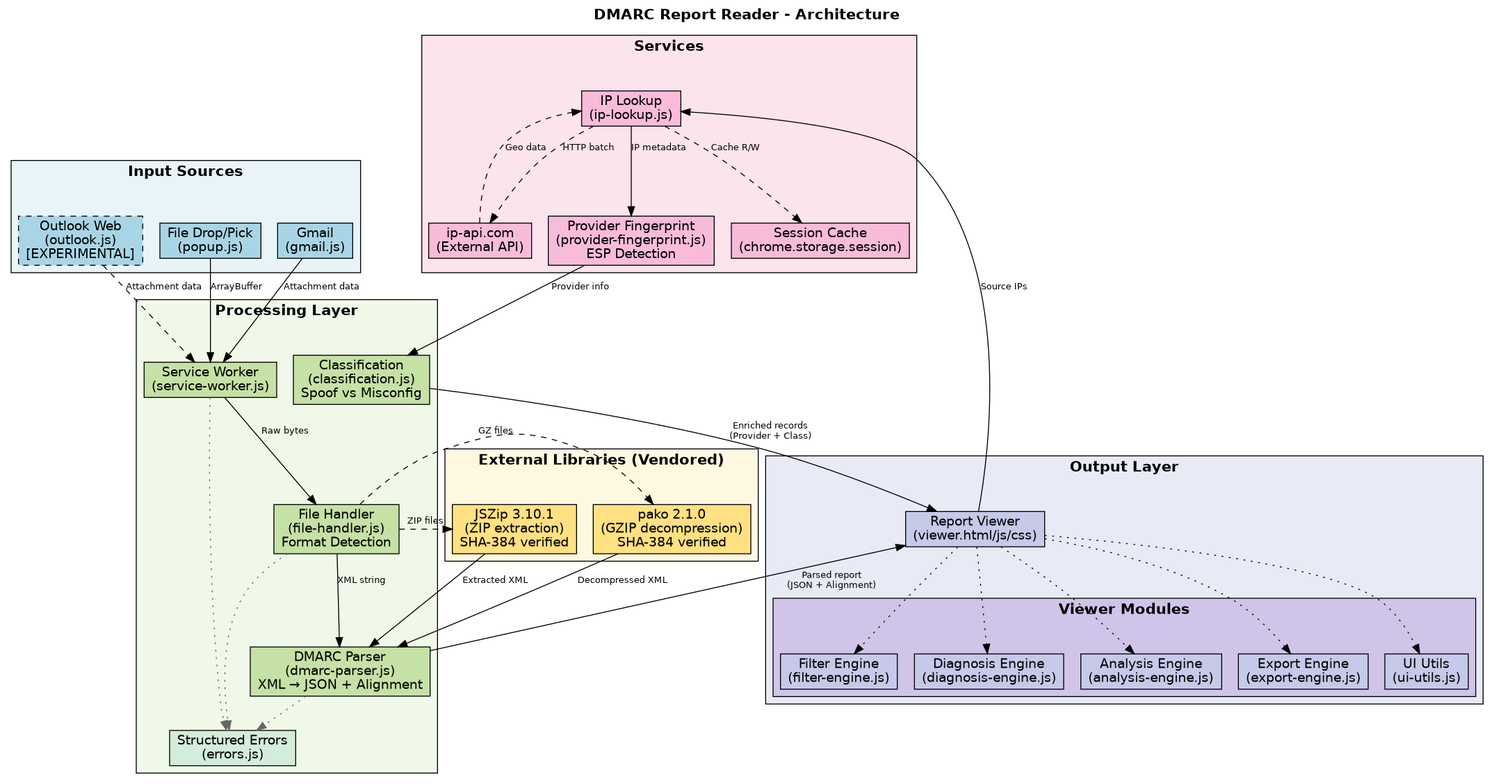
Above: docs/architecture.png in kimon1230/dmarc_report_reader (Graphviz), before the change. Its source is kept beside it as docs/architecture.dot.
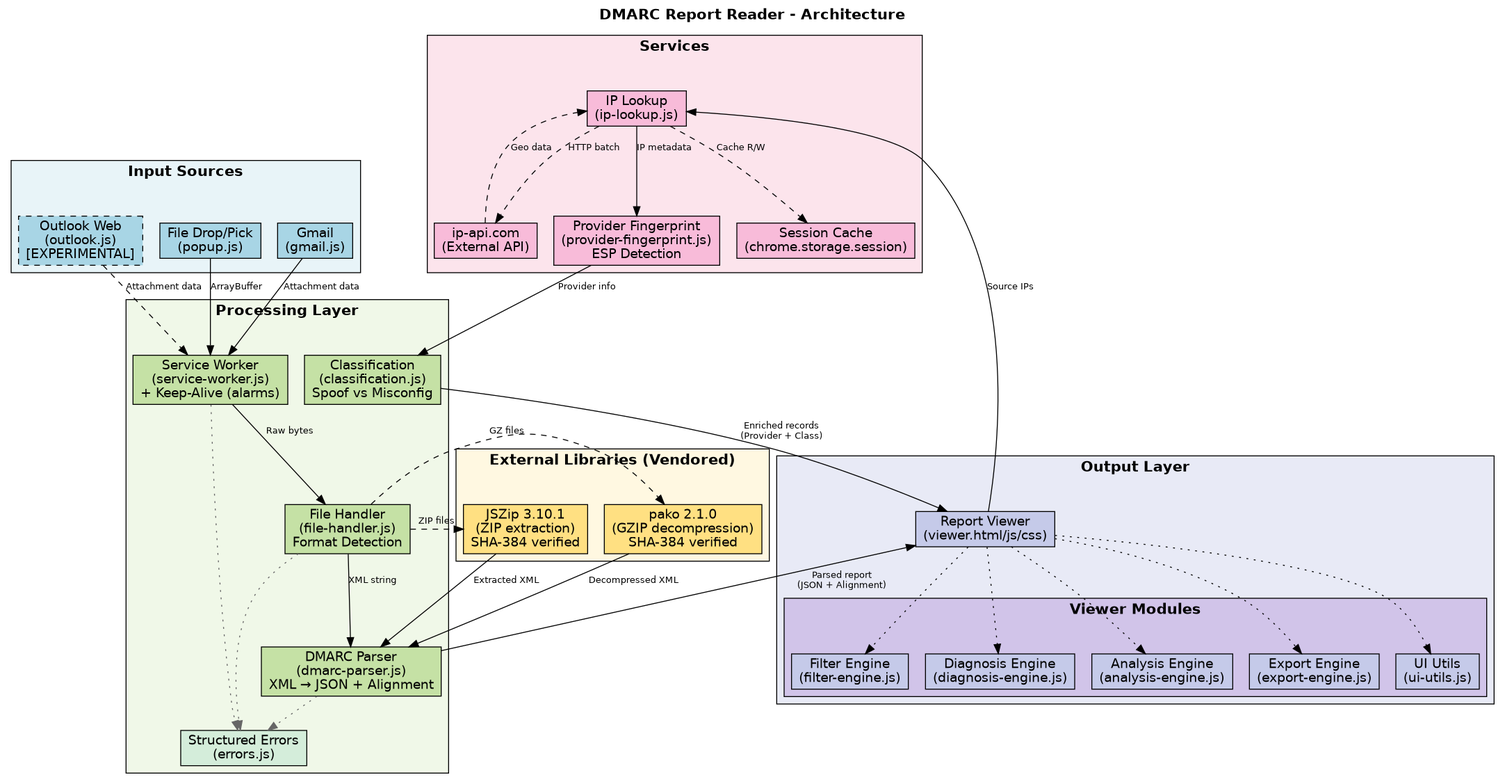
After the commit.

Change to the diagram source:
```diff
@@ -25,7 +25,7 @@
         fillcolor="#f0f8e8";
         node [fillcolor="#c5e1a5"];
 
-        service_worker [label="Service Worker\n(service-worker.js)"];
+        service_worker [label="Service Worker\n(service-worker.js)\n+ Keep-Alive (alarms)"];
         file_handler [label="File Handler\n(file-handler.js)\nFormat Detection"];
         dmarc_parser [label="DMARC Parser\n(dmarc-parser.js)\nXML → JSON + Alignment"];
         classification [label="Classification\n(classification.js)\nSpoof vs Misconfig"];
```
